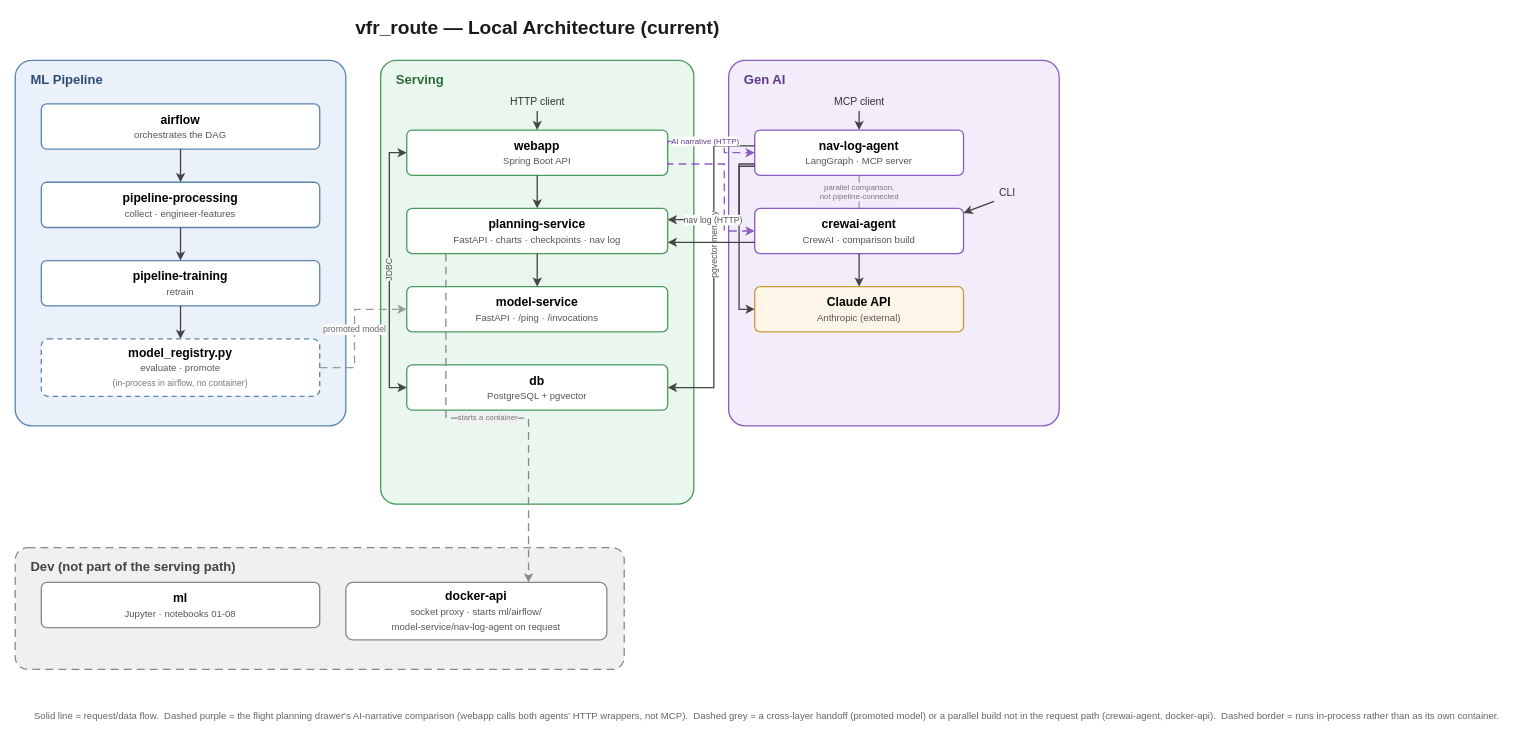
The draw.io diagram docs/architecture-current.drawio in asdaq-samir/flight_plan, before the edit. Source tidied: cells renumbered, new cells numbered last; positions are measured from the earlier drawing's top-left corner, leaving out a move shared by most shapes. Both pictures are drawn from the tidied source at 87%, with x=0, y=0 at pixel (15, 15).
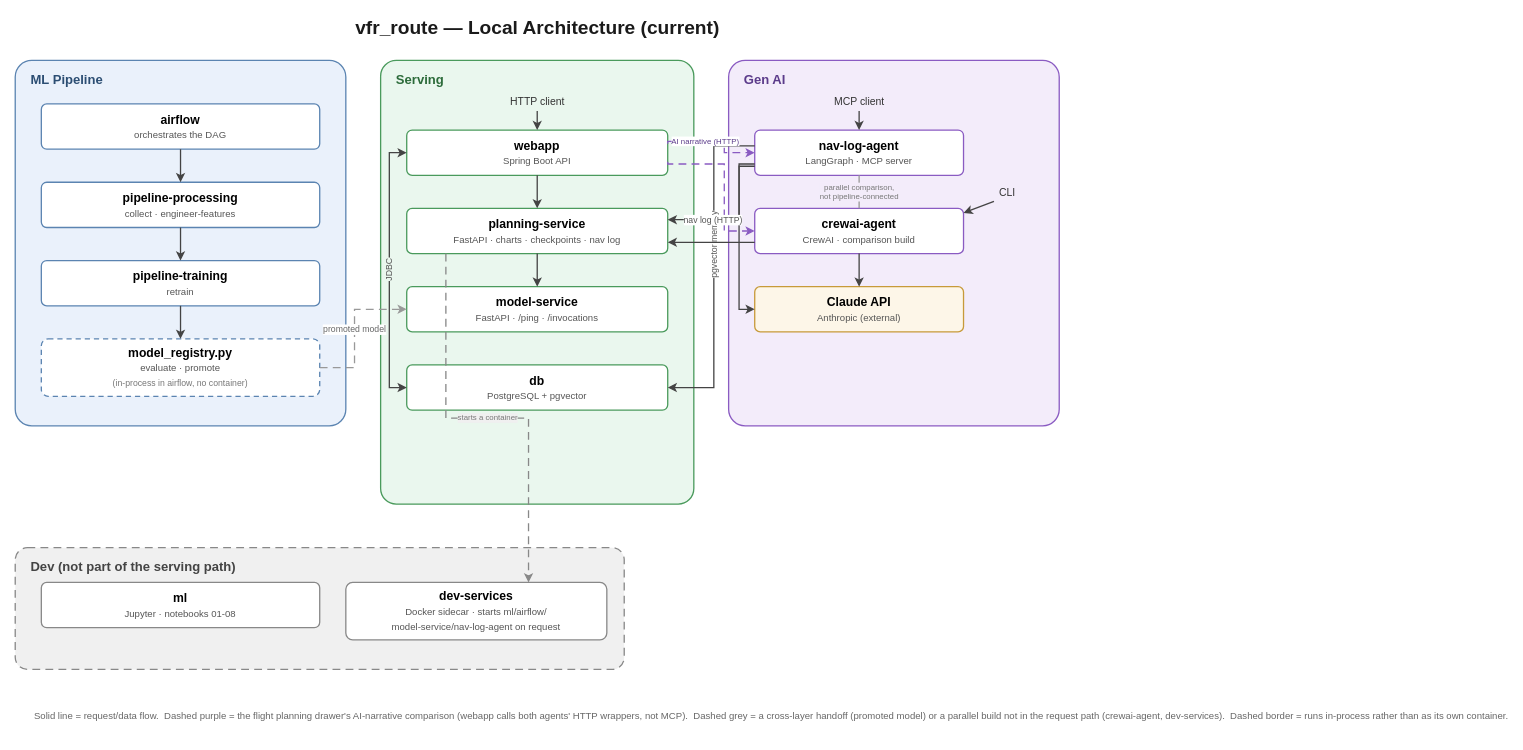
The same diagram, later.

Commit message (it also covers changes not shown here):
The console's start buttons go through a sidecar that can only start four services

The change refers to these unchanged cells:
```xml
<mxCell id="13" value="&lt;b&gt;planning-service&lt;/b&gt;&lt;br&gt;&lt;span style=&quot;font-size:11px;color:#555555;&quot;&gt;FastAPI · charts · checkpoints · nav log&lt;/span&gt;" style="rounded=1;arcSize=12;whiteSpace=wrap;html=1;fillColor=#FFFFFF;strokeColor=#4A9A5C;strokeWidth=1.5;fontSize=14;" parent="1" vertex="1">
  <mxGeometry x="450" y="222" width="300" height="52" as="geometry" />
</mxCell>
```

Change to the diagram source:
```diff
@@
-    <mxCell id="22" value="&lt;b&gt;docker-api&lt;/b&gt;&lt;br&gt;&lt;span style=&quot;font-size:11px;color:#555555;&quot;&gt;socket proxy · starts ml/airflow/&lt;br&gt;model-service/nav-log-agent on request&lt;/span&gt;" style="rounded=1;arcSize=12;whiteSpace=wrap;html=1;fillColor=#FFFFFF;strokeColor=#888888;strokeWidth=1.5;fontSize=14;" parent="1" vertex="1">
-      <mxGeometry x="380" y="652" width="300" height="66" as="geometry" />
-    </mxCell>
+    <mxCell id="43" value="&lt;b&gt;dev-services&lt;/b&gt;&lt;br&gt;&lt;span style=&quot;font-size:11px;color:#555555;&quot;&gt;Docker sidecar · starts ml/airflow/&lt;br&gt;model-service/nav-log-agent on request&lt;/span&gt;" style="rounded=1;arcSize=12;whiteSpace=wrap;html=1;fillColor=#FFFFFF;strokeColor=#888888;strokeWidth=1.5;fontSize=14;" parent="1" vertex="1">
+      <mxGeometry x="380" y="652" width="300" height="66" as="geometry" />
+    </mxCell>
@@
-    <mxCell id="30" value="starts a container" style="edgeStyle=orthogonalEdgeStyle;rounded=0;html=1;strokeColor=#888888;strokeWidth=1.5;dashed=1;dashPattern=6 4;endArrow=classic;endFill=1;exitX=0.15;exitY=1;entryX=0.7;entryY=0;fontSize=9;fontColor=#777777;labelBackgroundColor=#F0F0F0;" parent="1" edge="1" source="13" target="22">
+    <mxCell id="30" value="starts a container" style="edgeStyle=orthogonalEdgeStyle;rounded=0;html=1;strokeColor=#888888;strokeWidth=1.5;dashed=1;dashPattern=6 4;endArrow=classic;endFill=1;exitX=0.15;exitY=1;entryX=0.7;entryY=0;fontSize=9;fontColor=#777777;labelBackgroundColor=#F0F0F0;" parent="1" edge="1" source="13" target="43">
       <mxGeometry relative="1" as="geometry" />
     </mxCell>
@@
-    <mxCell id="42" value="Solid line = request/data flow.&amp;nbsp; Dashed purple = the flight planning drawer's AI-narrative comparison (webapp calls both agents' HTTP wrappers, not MCP).&amp;nbsp; Dashed grey = a cross-layer handoff (promoted model) or a parallel build not in the request path (crewai-agent, docker-api).&amp;nbsp; Dashed border = runs in-process rather than as its own container." style="text;html=1;align=left;verticalAlign=middle;fontSize=11;fontColor=#666666;" parent="1" vertex="1">
+    <mxCell id="42" value="Solid line = request/data flow.&amp;nbsp; Dashed purple = the flight planning drawer's AI-narrative comparison (webapp calls both agents' HTTP wrappers, not MCP).&amp;nbsp; Dashed grey = a cross-layer handoff (promoted model) or a parallel build not in the request path (crewai-agent, dev-services).&amp;nbsp; Dashed border = runs in-process rather than as its own container." style="text;html=1;align=left;verticalAlign=middle;fontSize=11;fontColor=#666666;" parent="1" vertex="1">
       <mxGeometry x="20" y="782" width="1160" height="46" as="geometry" />
     </mxCell>
```
